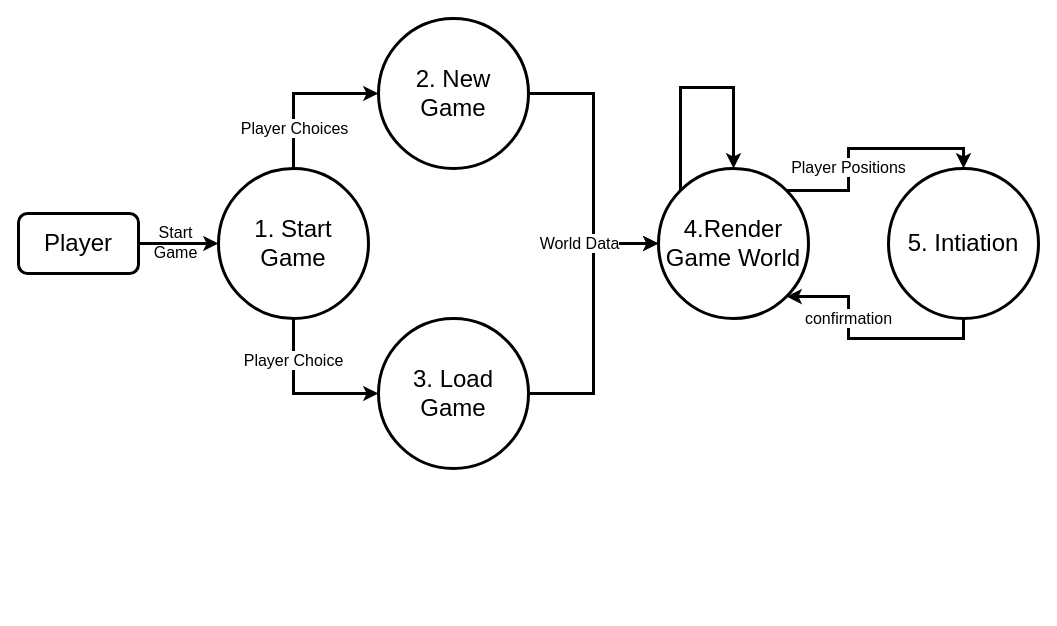
Above: Pictures/dataflow/Level 1.3.drawio in FM-Man/SPL_2 (draw.io), before the change. Source tidied: cells renumbered, new cells numbered last; positions are measured from the earlier drawing's top-left corner, leaving out a move shared by most shapes. Both pictures are drawn from the tidied source at 100%, with x=0, y=0 at pixel (18, 18).
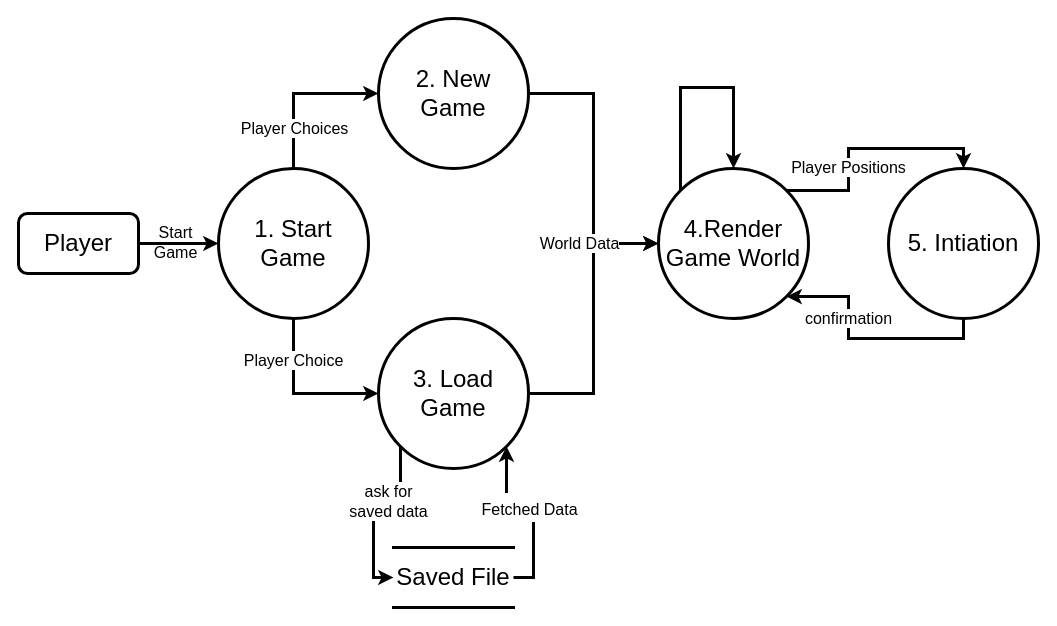
Above is the later version.

The change refers to these unchanged cells:
```xml
<mxCell id="13" value="&lt;div&gt;3. Load&lt;/div&gt;&lt;div&gt;Game&lt;/div&gt;" style="ellipse;whiteSpace=wrap;html=1;fontSize=24;strokeWidth=3;" parent="1" vertex="1">
  <mxGeometry x="360" y="300" width="150" height="150" as="geometry" />
</mxCell>
```

Change to the diagram source:
```diff
@@
+    <mxCell id="19" style="edgeStyle=orthogonalEdgeStyle;rounded=0;jettySize=auto;html=1;exitX=0;exitY=1;exitDx=0;exitDy=0;entryX=0;entryY=0.5;entryDx=0;entryDy=0;fontSize=24;strokeWidth=3;" parent="1" edge="1" source="13" target="22">
+      <mxGeometry relative="1" as="geometry" />
+    </mxCell>
+    <mxCell id="20" value="&lt;div style=&quot;font-size: 16px;&quot;&gt;ask for&lt;/div&gt;&lt;div style=&quot;font-size: 16px;&quot;&gt;saved data&lt;/div&gt;" style="edgeLabel;html=1;align=center;verticalAlign=middle;fontSize=16;" parent="19" vertex="1">
+      <mxGeometry x="-0.47" y="2" relative="1" as="geometry">
+        <mxPoint x="-14" y="7" as="offset" />
+      </mxGeometry>
+    </mxCell>
@@
+    <mxCell id="21" value="&lt;font style=&quot;font-size: 16px&quot;&gt;Fetched Data&lt;/font&gt;" style="edgeStyle=orthogonalEdgeStyle;rounded=0;jettySize=auto;html=1;entryX=1;entryY=1;entryDx=0;entryDy=0;fontSize=24;strokeWidth=3;exitX=1;exitY=0.5;exitDx=0;exitDy=0;" parent="1" edge="1" source="22" target="13">
+      <mxGeometry x="0.06" y="-1" relative="1" as="geometry" />
+    </mxCell>
+    <mxCell id="22" value="&lt;font style=&quot;font-size: 24px&quot;&gt;Saved File&lt;br&gt;&lt;/font&gt;" style="shape=partialRectangle;whiteSpace=wrap;html=1;left=0;right=0;fillColor=none;fontSize=16;strokeWidth=3;" parent="1" vertex="1">
+      <mxGeometry x="375" y="529" width="120" height="60" as="geometry" />
+    </mxCell>
```
